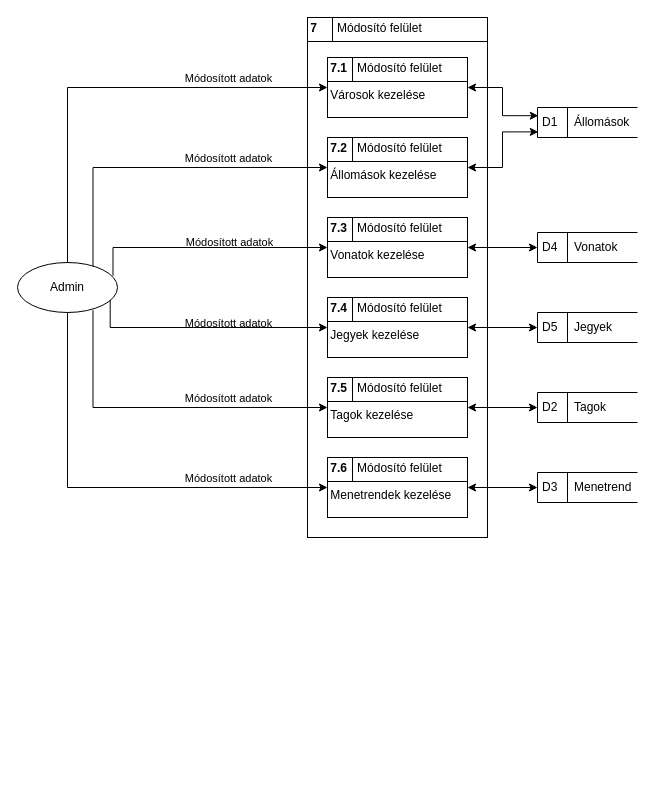
Before: dokumentacio/logikai_fiziaki_adatfolyam/fizikai_adatfolyam_kezeles.drawio in RevMarci/vasutmenetrend, a draw.io diagram. Source tidied: cells renumbered, new cells numbered last; positions are measured from the earlier drawing's top-left corner, leaving out a move shared by most shapes. Both pictures are drawn from the tidied source at 100%, with x=0, y=0 at pixel (17, 17).
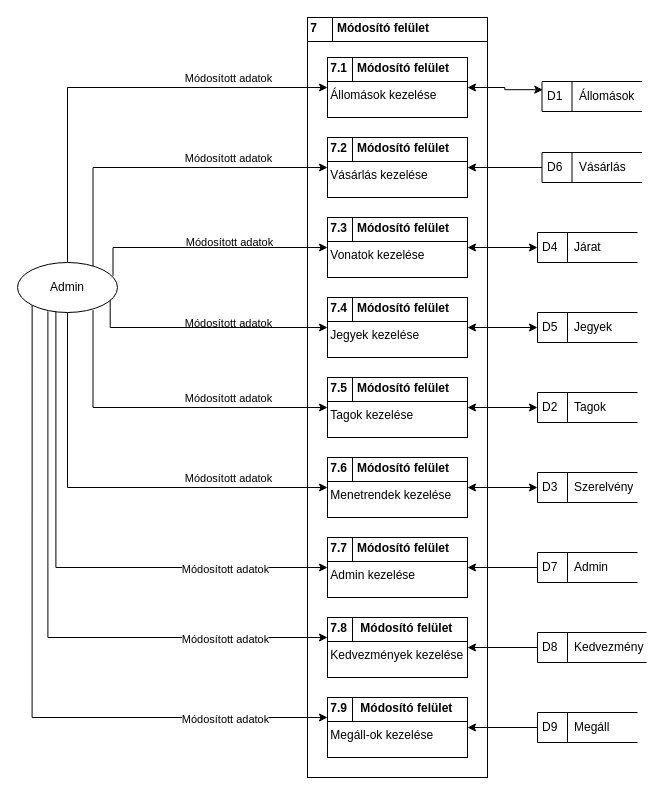
Above is the later version.

The change refers to these unchanged cells:
```xml
<mxCell id="18" value="Admin" style="shape=ellipse;html=1;dashed=0;whiteSpace=wrap;perimeter=ellipsePerimeter;" parent="1" vertex="1">
  <mxGeometry y="245" width="100" height="50" as="geometry" />
</mxCell>
```

Change to the diagram source:
```diff
@@
-    <mxCell id="2" value="&lt;p style=&quot;margin: 4px 0px 0px;&quot;&gt;&lt;b&gt;&amp;nbsp;7&amp;nbsp; &amp;nbsp; &amp;nbsp; &lt;/b&gt;Módosító felület&lt;/p&gt;&lt;hr size=&quot;1&quot; style=&quot;border-style:solid;&quot;&gt;&amp;nbsp;&lt;br&gt;&lt;div style=&quot;height:2px;&quot;&gt;&lt;/div&gt;" style="verticalAlign=top;align=left;overflow=fill;html=1;whiteSpace=wrap;" parent="1" vertex="1">
-      <mxGeometry x="290" width="180" height="520" as="geometry" />
+    <mxCell id="2" value="&lt;p style=&quot;margin: 4px 0px 0px;&quot;&gt;&lt;b&gt;&amp;nbsp;7&amp;nbsp; &amp;nbsp; &amp;nbsp; Módosító felület&lt;/b&gt;&lt;/p&gt;&lt;hr size=&quot;1&quot; style=&quot;border-style:solid;&quot;&gt;&amp;nbsp;&lt;br&gt;&lt;div style=&quot;height:2px;&quot;&gt;&lt;/div&gt;" style="verticalAlign=top;align=left;overflow=fill;html=1;whiteSpace=wrap;" parent="1" vertex="1">
+      <mxGeometry x="290" width="180" height="760" as="geometry" />
     </mxCell>
@@
-    <mxCell id="4" value="&lt;p style=&quot;margin: 4px 0px 0px;&quot;&gt;&lt;b&gt;&amp;nbsp;7.1&amp;nbsp; &amp;nbsp;&lt;/b&gt;&lt;span style=&quot;background-color: transparent; color: light-dark(rgb(0, 0, 0), rgb(255, 255, 255));&quot;&gt;Módosító felület&lt;/span&gt;&lt;/p&gt;&lt;hr size=&quot;1&quot; style=&quot;border-style:solid;&quot;&gt;&lt;div style=&quot;height:2px;&quot;&gt;&amp;nbsp;Városok kezelése&lt;/div&gt;" style="verticalAlign=top;align=left;overflow=fill;html=1;whiteSpace=wrap;" parent="1" vertex="1">
+    <mxCell id="4" value="&lt;p style=&quot;margin: 4px 0px 0px;&quot;&gt;&lt;b&gt;&amp;nbsp;7.1&amp;nbsp; &amp;nbsp;&lt;/b&gt;&lt;b style=&quot;background-color: transparent; color: light-dark(rgb(0, 0, 0), rgb(255, 255, 255));&quot;&gt;Módosító felület&lt;/b&gt;&lt;/p&gt;&lt;hr size=&quot;1&quot; style=&quot;border-style:solid;&quot;&gt;&lt;div style=&quot;height:2px;&quot;&gt;&amp;nbsp;Állomások kezelése&lt;/div&gt;" style="verticalAlign=top;align=left;overflow=fill;html=1;whiteSpace=wrap;" parent="1" vertex="1">
       <mxGeometry x="310" y="40" width="140" height="60" as="geometry" />
     </mxCell>
-    <mxCell id="5" value="&lt;p style=&quot;margin: 4px 0px 0px;&quot;&gt;&lt;b&gt;&amp;nbsp;7.2&amp;nbsp; &amp;nbsp;&lt;/b&gt;&lt;span style=&quot;background-color: transparent; color: light-dark(rgb(0, 0, 0), rgb(255, 255, 255));&quot;&gt;Módosító felület&lt;/span&gt;&lt;/p&gt;&lt;hr size=&quot;1&quot; style=&quot;border-style:solid;&quot;&gt;&lt;div style=&quot;height:2px;&quot;&gt;&amp;nbsp;Állomások kezelése&lt;/div&gt;" style="verticalAlign=top;align=left;overflow=fill;html=1;whiteSpace=wrap;" parent="1" vertex="1">
+    <mxCell id="5" value="&lt;p style=&quot;margin: 4px 0px 0px;&quot;&gt;&lt;b&gt;&amp;nbsp;7.2&amp;nbsp; &amp;nbsp;&lt;/b&gt;&lt;b style=&quot;background-color: transparent; color: light-dark(rgb(0, 0, 0), rgb(255, 255, 255));&quot;&gt;Módosító felület&lt;/b&gt;&lt;/p&gt;&lt;hr size=&quot;1&quot; style=&quot;border-style:solid;&quot;&gt;&lt;div style=&quot;height:2px;&quot;&gt;&amp;nbsp;Vásárlás kezelése&lt;/div&gt;" style="verticalAlign=top;align=left;overflow=fill;html=1;whiteSpace=wrap;" parent="1" vertex="1">
       <mxGeometry x="310" y="120" width="140" height="60" as="geometry" />
     </mxCell>
@@
-    <mxCell id="7" value="&lt;p style=&quot;margin: 4px 0px 0px;&quot;&gt;&lt;b&gt;&amp;nbsp;7.3&amp;nbsp; &amp;nbsp;&lt;/b&gt;&lt;span style=&quot;background-color: transparent; color: light-dark(rgb(0, 0, 0), rgb(255, 255, 255));&quot;&gt;Módosító felület&lt;/span&gt;&lt;/p&gt;&lt;hr size=&quot;1&quot; style=&quot;border-style:solid;&quot;&gt;&lt;div style=&quot;height:2px;&quot;&gt;&amp;nbsp;Vonatok kezelése&lt;/div&gt;" style="verticalAlign=top;align=left;overflow=fill;html=1;whiteSpace=wrap;" parent="1" vertex="1">
+    <mxCell id="7" value="&lt;p style=&quot;margin: 4px 0px 0px;&quot;&gt;&lt;b&gt;&amp;nbsp;7.3&amp;nbsp; &amp;nbsp;&lt;/b&gt;&lt;b style=&quot;background-color: transparent; color: light-dark(rgb(0, 0, 0), rgb(255, 255, 255));&quot;&gt;Módosító felület&lt;/b&gt;&lt;/p&gt;&lt;hr size=&quot;1&quot; style=&quot;border-style:solid;&quot;&gt;&lt;div style=&quot;height:2px;&quot;&gt;&amp;nbsp;Vonatok kezelése&lt;/div&gt;" style="verticalAlign=top;align=left;overflow=fill;html=1;whiteSpace=wrap;" parent="1" vertex="1">
       <mxGeometry x="310" y="200" width="140" height="60" as="geometry" />
     </mxCell>
@@
+    <mxCell id="40" style="edgeStyle=orthogonalEdgeStyle;rounded=0;jettySize=auto;html=1;exitX=0.384;exitY=0.932;exitDx=0;exitDy=0;exitPerimeter=0;" parent="1" edge="1" source="18" target="54">
+      <mxGeometry relative="1" as="geometry">
+        <Array as="points">
+          <mxPoint x="38" y="550" />
+        </Array>
+      </mxGeometry>
+    </mxCell>
+    <mxCell id="41" value="Módosított adatok" style="edgeLabel;html=1;align=center;verticalAlign=middle;" parent="40" vertex="1">
+      <mxGeometry x="0.61" y="-1" relative="1" as="geometry" />
+    </mxCell>
+    <mxCell id="42" style="edgeStyle=orthogonalEdgeStyle;rounded=0;jettySize=auto;html=1;exitX=0.304;exitY=0.977;exitDx=0;exitDy=0;exitPerimeter=0;" parent="1" edge="1" source="18" target="55">
+      <mxGeometry relative="1" as="geometry">
+        <Array as="points">
+          <mxPoint x="30" y="620" />
+        </Array>
+      </mxGeometry>
+    </mxCell>
+    <mxCell id="43" value="Módosított adatok" style="edgeLabel;html=1;align=center;verticalAlign=middle;" parent="42" vertex="1">
+      <mxGeometry x="0.66" y="-1" relative="1" as="geometry" />
+    </mxCell>
+    <mxCell id="44" style="edgeStyle=orthogonalEdgeStyle;rounded=0;jettySize=auto;html=1;exitX=0;exitY=1;exitDx=0;exitDy=0;" parent="1" edge="1" source="18" target="56">
+      <mxGeometry relative="1" as="geometry">
+        <Array as="points">
+          <mxPoint x="15" y="700" />
+        </Array>
+      </mxGeometry>
+    </mxCell>
+    <mxCell id="45" value="Módosított adatok" style="edgeLabel;html=1;align=center;verticalAlign=middle;" parent="44" vertex="1">
+      <mxGeometry x="0.71" y="-1" relative="1" as="geometry" />
+    </mxCell>
@@
     <mxCell id="19" value="D1&amp;nbsp; &amp;nbsp; &amp;nbsp;Állomások" style="html=1;dashed=0;whiteSpace=wrap;shape=mxgraph.dfd.dataStoreID;align=left;spacingLeft=3;points=[[0,0],[0.5,0],[1,0],[0,0.5],[1,0.5],[0,1],[0.5,1],[1,1]];" parent="1" vertex="1">
-      <mxGeometry x="520" y="90" width="100" height="30" as="geometry" />
+      <mxGeometry x="524.5" y="64" width="100" height="30" as="geometry" />
     </mxCell>
-    <mxCell id="20" value="D4&amp;nbsp; &amp;nbsp; &amp;nbsp;Vonatok" style="html=1;dashed=0;whiteSpace=wrap;shape=mxgraph.dfd.dataStoreID;align=left;spacingLeft=3;points=[[0,0],[0.5,0],[1,0],[0,0.5],[1,0.5],[0,1],[0.5,1],[1,1]];" parent="1" vertex="1">
+    <mxCell id="20" value="D4&amp;nbsp; &amp;nbsp; &amp;nbsp;Járat" style="html=1;dashed=0;whiteSpace=wrap;shape=mxgraph.dfd.dataStoreID;align=left;spacingLeft=3;points=[[0,0],[0.5,0],[1,0],[0,0.5],[1,0.5],[0,1],[0.5,1],[1,1]];" parent="1" vertex="1">
       <mxGeometry x="520" y="215" width="100" height="30" as="geometry" />
     </mxCell>
-    <mxCell id="21" style="edgeStyle=orthogonalEdgeStyle;rounded=0;jettySize=auto;html=1;exitX=1;exitY=0.5;exitDx=0;exitDy=0;entryX=0.008;entryY=0.813;entryDx=0;entryDy=0;entryPerimeter=0;startArrow=classic;startFill=1;" parent="1" edge="1" source="5" target="19">
-      <mxGeometry relative="1" as="geometry" />
-    </mxCell>
@@
-    <mxCell id="23" value="&lt;p style=&quot;margin: 4px 0px 0px;&quot;&gt;&lt;b&gt;&amp;nbsp;7.4&amp;nbsp; &amp;nbsp;&lt;/b&gt;&lt;span style=&quot;background-color: transparent; color: light-dark(rgb(0, 0, 0), rgb(255, 255, 255));&quot;&gt;Módosító felület&lt;/span&gt;&lt;/p&gt;&lt;hr size=&quot;1&quot; style=&quot;border-style:solid;&quot;&gt;&lt;div style=&quot;height:2px;&quot;&gt;&amp;nbsp;Jegyek kezelése&lt;/div&gt;" style="verticalAlign=top;align=left;overflow=fill;html=1;whiteSpace=wrap;" parent="1" vertex="1">
+    <mxCell id="23" value="&lt;p style=&quot;margin: 4px 0px 0px;&quot;&gt;&lt;b&gt;&amp;nbsp;7.4&amp;nbsp; &amp;nbsp;&lt;/b&gt;&lt;b style=&quot;background-color: transparent; color: light-dark(rgb(0, 0, 0), rgb(255, 255, 255));&quot;&gt;Módosító felület&lt;/b&gt;&lt;/p&gt;&lt;hr size=&quot;1&quot; style=&quot;border-style:solid;&quot;&gt;&lt;div style=&quot;height:2px;&quot;&gt;&amp;nbsp;Jegyek kezelése&lt;/div&gt;" style="verticalAlign=top;align=left;overflow=fill;html=1;whiteSpace=wrap;" parent="1" vertex="1">
       <mxGeometry x="310" y="280" width="140" height="60" as="geometry" />
     </mxCell>
@@
-    <mxCell id="25" value="&lt;p style=&quot;margin: 4px 0px 0px;&quot;&gt;&lt;b&gt;&amp;nbsp;7.5&amp;nbsp; &amp;nbsp;&lt;/b&gt;&lt;span style=&quot;background-color: transparent; color: light-dark(rgb(0, 0, 0), rgb(255, 255, 255));&quot;&gt;Módosító felület&lt;/span&gt;&lt;/p&gt;&lt;hr size=&quot;1&quot; style=&quot;border-style:solid;&quot;&gt;&lt;div style=&quot;height:2px;&quot;&gt;&amp;nbsp;Tagok kezelése&lt;/div&gt;" style="verticalAlign=top;align=left;overflow=fill;html=1;whiteSpace=wrap;" parent="1" vertex="1">
+    <mxCell id="25" value="&lt;p style=&quot;margin: 4px 0px 0px;&quot;&gt;&lt;b&gt;&amp;nbsp;7.5&amp;nbsp; &amp;nbsp;&lt;/b&gt;&lt;b style=&quot;background-color: transparent; color: light-dark(rgb(0, 0, 0), rgb(255, 255, 255));&quot;&gt;Módosító felület&lt;/b&gt;&lt;/p&gt;&lt;hr size=&quot;1&quot; style=&quot;border-style:solid;&quot;&gt;&lt;div style=&quot;height:2px;&quot;&gt;&amp;nbsp;Tagok kezelése&lt;/div&gt;" style="verticalAlign=top;align=left;overflow=fill;html=1;whiteSpace=wrap;" parent="1" vertex="1">
       <mxGeometry x="310" y="360" width="140" height="60" as="geometry" />
     </mxCell>
-    <mxCell id="26" value="&lt;p style=&quot;margin: 4px 0px 0px;&quot;&gt;&lt;b&gt;&amp;nbsp;7.6&amp;nbsp; &amp;nbsp;&lt;/b&gt;Módosító felület&lt;/p&gt;&lt;hr size=&quot;1&quot; style=&quot;border-style:solid;&quot;&gt;&lt;div style=&quot;height:2px;&quot;&gt;&amp;nbsp;Menetrendek kezelése&lt;/div&gt;" style="verticalAlign=top;align=left;overflow=fill;html=1;whiteSpace=wrap;" parent="1" vertex="1">
+    <mxCell id="26" value="&lt;p style=&quot;margin: 4px 0px 0px;&quot;&gt;&lt;b&gt;&amp;nbsp;7.6&amp;nbsp; &amp;nbsp;&lt;/b&gt;&lt;b style=&quot;background-color: transparent; color: light-dark(rgb(0, 0, 0), rgb(255, 255, 255));&quot;&gt;Módosító felület&lt;/b&gt;&lt;/p&gt;&lt;hr size=&quot;1&quot; style=&quot;border-style:solid;&quot;&gt;&lt;div style=&quot;height:2px;&quot;&gt;&amp;nbsp;Menetrendek kezelése&lt;/div&gt;" style="verticalAlign=top;align=left;overflow=fill;html=1;whiteSpace=wrap;" parent="1" vertex="1">
       <mxGeometry x="310" y="440" width="140" height="60" as="geometry" />
     </mxCell>
@@
     <mxCell id="28" style="edgeStyle=orthogonalEdgeStyle;rounded=0;jettySize=auto;html=1;exitX=0;exitY=0.5;exitDx=0;exitDy=0;entryX=0.755;entryY=0.954;entryDx=0;entryDy=0;entryPerimeter=0;startArrow=classic;startFill=1;endArrow=none;" parent="1" edge="1" source="25" target="18">
-      <mxGeometry relative="1" as="geometry" />
+      <mxGeometry relative="1" as="geometry">
+        <Array as="points">
+          <mxPoint x="75" y="390" />
+        </Array>
+      </mxGeometry>
     </mxCell>
@@
-    <mxCell id="35" value="D3&amp;nbsp; &amp;nbsp; &amp;nbsp;Menetrend" style="html=1;dashed=0;whiteSpace=wrap;shape=mxgraph.dfd.dataStoreID;align=left;spacingLeft=3;points=[[0,0],[0.5,0],[1,0],[0,0.5],[1,0.5],[0,1],[0.5,1],[1,1]];" parent="1" vertex="1">
+    <mxCell id="35" value="D3&amp;nbsp; &amp;nbsp; &amp;nbsp;Szerelvény" style="html=1;dashed=0;whiteSpace=wrap;shape=mxgraph.dfd.dataStoreID;align=left;spacingLeft=3;points=[[0,0],[0.5,0],[1,0],[0,0.5],[1,0.5],[0,1],[0.5,1],[1,1]];" parent="1" vertex="1">
       <mxGeometry x="520" y="455" width="100" height="30" as="geometry" />
     </mxCell>
@@
+    <mxCell id="46" style="edgeStyle=orthogonalEdgeStyle;rounded=0;jettySize=auto;html=1;" parent="1" edge="1" source="47" target="5">
+      <mxGeometry relative="1" as="geometry" />
+    </mxCell>
+    <mxCell id="47" value="D6&amp;nbsp; &amp;nbsp; &amp;nbsp;Vásárlás" style="html=1;dashed=0;whiteSpace=wrap;shape=mxgraph.dfd.dataStoreID;align=left;spacingLeft=3;points=[[0,0],[0.5,0],[1,0],[0,0.5],[1,0.5],[0,1],[0.5,1],[1,1]];" parent="1" vertex="1">
+      <mxGeometry x="524.5" y="135" width="100" height="30" as="geometry" />
+    </mxCell>
+    <mxCell id="48" style="edgeStyle=orthogonalEdgeStyle;rounded=0;jettySize=auto;html=1;" parent="1" edge="1" source="49" target="54">
+      <mxGeometry relative="1" as="geometry" />
+    </mxCell>
+    <mxCell id="49" value="D7&amp;nbsp; &amp;nbsp; &amp;nbsp;Admin" style="html=1;dashed=0;whiteSpace=wrap;shape=mxgraph.dfd.dataStoreID;align=left;spacingLeft=3;points=[[0,0],[0.5,0],[1,0],[0,0.5],[1,0.5],[0,1],[0.5,1],[1,1]];" parent="1" vertex="1">
+      <mxGeometry x="520" y="535" width="100" height="30" as="geometry" />
+    </mxCell>
+    <mxCell id="50" style="edgeStyle=orthogonalEdgeStyle;rounded=0;jettySize=auto;html=1;" parent="1" edge="1" source="51" target="55">
+      <mxGeometry relative="1" as="geometry" />
+    </mxCell>
+    <mxCell id="51" value="D8&amp;nbsp; &amp;nbsp; &amp;nbsp;Kedvezmény" style="html=1;dashed=0;whiteSpace=wrap;shape=mxgraph.dfd.dataStoreID;align=left;spacingLeft=3;points=[[0,0],[0.5,0],[1,0],[0,0.5],[1,0.5],[0,1],[0.5,1],[1,1]];" parent="1" vertex="1">
+      <mxGeometry x="520" y="615" width="109" height="30" as="geometry" />
+    </mxCell>
+    <mxCell id="52" style="edgeStyle=orthogonalEdgeStyle;rounded=0;jettySize=auto;html=1;" parent="1" edge="1" source="53" target="56">
+      <mxGeometry relative="1" as="geometry" />
+    </mxCell>
+    <mxCell id="53" value="D9&amp;nbsp; &amp;nbsp; &amp;nbsp;Megáll" style="html=1;dashed=0;whiteSpace=wrap;shape=mxgraph.dfd.dataStoreID;align=left;spacingLeft=3;points=[[0,0],[0.5,0],[1,0],[0,0.5],[1,0.5],[0,1],[0.5,1],[1,1]];" parent="1" vertex="1">
+      <mxGeometry x="520" y="695" width="100" height="30" as="geometry" />
+    </mxCell>
+    <mxCell id="54" value="&lt;p style=&quot;margin: 4px 0px 0px;&quot;&gt;&lt;b&gt;&amp;nbsp;7.7&amp;nbsp; &amp;nbsp;&lt;/b&gt;&lt;b style=&quot;background-color: transparent; color: light-dark(rgb(0, 0, 0), rgb(255, 255, 255));&quot;&gt;Módosító felület&lt;/b&gt;&lt;/p&gt;&lt;hr size=&quot;1&quot; style=&quot;border-style:solid;&quot;&gt;&lt;div style=&quot;height:2px;&quot;&gt;&amp;nbsp;Admin kezelése&lt;/div&gt;" style="verticalAlign=top;align=left;overflow=fill;html=1;whiteSpace=wrap;" parent="1" vertex="1">
+      <mxGeometry x="310" y="520" width="140" height="60" as="geometry" />
+    </mxCell>
+    <mxCell id="55" value="&lt;p style=&quot;margin: 4px 0px 0px;&quot;&gt;&lt;b&gt;&amp;nbsp;7.8&amp;nbsp; &amp;nbsp;&amp;nbsp;&lt;/b&gt;&lt;b style=&quot;background-color: transparent; color: light-dark(rgb(0, 0, 0), rgb(255, 255, 255));&quot;&gt;Módosító felület&lt;/b&gt;&lt;/p&gt;&lt;hr size=&quot;1&quot; style=&quot;border-style:solid;&quot;&gt;&lt;div style=&quot;height:2px;&quot;&gt;&amp;nbsp;Kedvezmények kezelése&lt;/div&gt;" style="verticalAlign=top;align=left;overflow=fill;html=1;whiteSpace=wrap;" parent="1" vertex="1">
+      <mxGeometry x="310" y="600" width="140" height="60" as="geometry" />
+    </mxCell>
+    <mxCell id="56" value="&lt;p style=&quot;margin: 4px 0px 0px;&quot;&gt;&lt;b&gt;&amp;nbsp;7.9&amp;nbsp; &amp;nbsp;&amp;nbsp;&lt;/b&gt;&lt;b style=&quot;background-color: transparent; color: light-dark(rgb(0, 0, 0), rgb(255, 255, 255));&quot;&gt;Módosító felület&lt;/b&gt;&lt;/p&gt;&lt;hr size=&quot;1&quot; style=&quot;border-style:solid;&quot;&gt;&lt;div style=&quot;height:2px;&quot;&gt;&amp;nbsp;Megáll-ok kezelése&lt;/div&gt;" style="verticalAlign=top;align=left;overflow=fill;html=1;whiteSpace=wrap;" parent="1" vertex="1">
+      <mxGeometry x="310" y="680" width="140" height="60" as="geometry" />
+    </mxCell>
+    <mxCell id="57" style="line;strokeWidth=1;direction=south;html=1;perimeter=backbonePerimeter;" parent="1" vertex="1">
+      <mxGeometry x="330" y="520" width="10" height="24" as="geometry" />
+    </mxCell>
+    <mxCell id="58" style="line;strokeWidth=1;direction=south;html=1;perimeter=backbonePerimeter;" parent="1" vertex="1">
+      <mxGeometry x="330" y="600" width="10" height="24" as="geometry" />
+    </mxCell>
+    <mxCell id="59" style="line;strokeWidth=1;direction=south;html=1;perimeter=backbonePerimeter;" parent="1" vertex="1">
+      <mxGeometry x="330" y="680" width="10" height="24" as="geometry" />
+    </mxCell>
```
